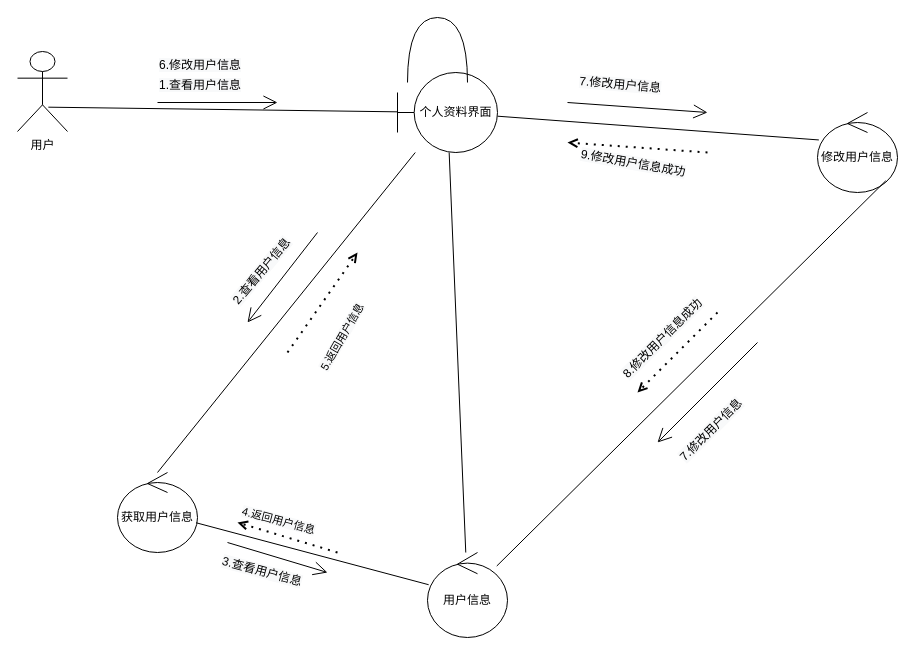
This is page "修改个人资料" (7 of 8) of 协作图.drawio from WuShangMo/SquidGame1, a draw.io file, before an edit. Source tidied: cells renumbered, new cells numbered last; positions are measured from the earlier drawing's top-left corner, leaving out a move shared by most shapes. Both pictures are drawn from the tidied source at 100%, with x=0, y=0 at pixel (17, 17).
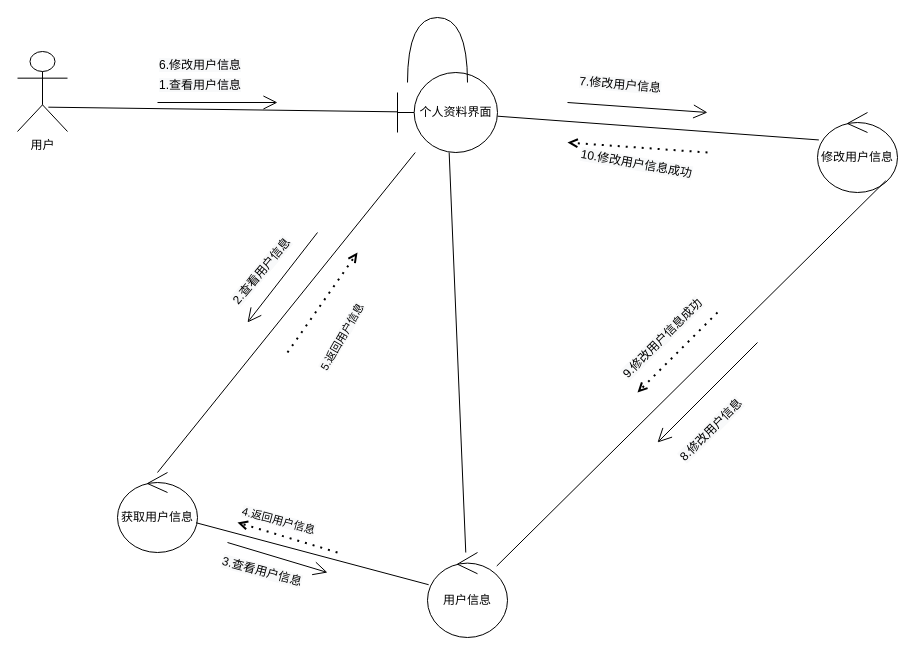
After the change.

What changed in the source:
```diff
@@
-    <mxCell id="30" value="&lt;span style=&quot;color: rgb(0, 0, 0); font-family: Helvetica; font-size: 12px; font-style: normal; font-variant-ligatures: normal; font-variant-caps: normal; font-weight: 400; letter-spacing: normal; orphans: 2; text-align: center; text-indent: 0px; text-transform: none; widows: 2; word-spacing: 0px; -webkit-text-stroke-width: 0px; background-color: rgb(248, 249, 250); text-decoration-thickness: initial; text-decoration-style: initial; text-decoration-color: initial; float: none; display: inline !important;&quot;&gt;9.修改用户信息成功&lt;/span&gt;" style="text;whiteSpace=wrap;html=1;rotation=10;" parent="1" vertex="1">
+    <mxCell id="30" value="&lt;span style=&quot;color: rgb(0, 0, 0); font-family: Helvetica; font-size: 12px; font-style: normal; font-variant-ligatures: normal; font-variant-caps: normal; font-weight: 400; letter-spacing: normal; orphans: 2; text-align: center; text-indent: 0px; text-transform: none; widows: 2; word-spacing: 0px; -webkit-text-stroke-width: 0px; background-color: rgb(248, 249, 250); text-decoration-thickness: initial; text-decoration-style: initial; text-decoration-color: initial; float: none; display: inline !important;&quot;&gt;10.修改用户信息成功&lt;/span&gt;" style="text;whiteSpace=wrap;html=1;rotation=10;" parent="1" vertex="1">
       <mxGeometry x="560" y="135" width="140" height="40" as="geometry" />
     </mxCell>
-    <mxCell id="31" value="&lt;span style=&quot;color: rgb(0, 0, 0); font-family: Helvetica; font-size: 12px; font-style: normal; font-variant-ligatures: normal; font-variant-caps: normal; font-weight: 400; letter-spacing: normal; orphans: 2; text-align: center; text-indent: 0px; text-transform: none; widows: 2; word-spacing: 0px; -webkit-text-stroke-width: 0px; background-color: rgb(248, 249, 250); text-decoration-thickness: initial; text-decoration-style: initial; text-decoration-color: initial; float: none; display: inline !important;&quot;&gt;7.修改用户信息&lt;/span&gt;" style="text;whiteSpace=wrap;html=1;rotation=-45;" parent="1" vertex="1">
+    <mxCell id="31" value="&lt;span style=&quot;color: rgb(0, 0, 0); font-family: Helvetica; font-size: 12px; font-style: normal; font-variant-ligatures: normal; font-variant-caps: normal; font-weight: 400; letter-spacing: normal; orphans: 2; text-align: center; text-indent: 0px; text-transform: none; widows: 2; word-spacing: 0px; -webkit-text-stroke-width: 0px; background-color: rgb(248, 249, 250); text-decoration-thickness: initial; text-decoration-style: initial; text-decoration-color: initial; float: none; display: inline !important;&quot;&gt;8.修改用户信息&lt;/span&gt;" style="text;whiteSpace=wrap;html=1;rotation=-45;" parent="1" vertex="1">
       <mxGeometry x="650" y="385" width="120" height="40" as="geometry" />
     </mxCell>
-    <mxCell id="32" value="&lt;span style=&quot;color: rgb(0, 0, 0); font-family: Helvetica; font-size: 12px; font-style: normal; font-variant-ligatures: normal; font-variant-caps: normal; font-weight: 400; letter-spacing: normal; orphans: 2; text-align: center; text-indent: 0px; text-transform: none; widows: 2; word-spacing: 0px; -webkit-text-stroke-width: 0px; background-color: rgb(248, 249, 250); text-decoration-thickness: initial; text-decoration-style: initial; text-decoration-color: initial; float: none; display: inline !important;&quot;&gt;8.修改用户信息成功&lt;/span&gt;" style="text;whiteSpace=wrap;html=1;rotation=-45;" parent="1" vertex="1">
+    <mxCell id="32" value="&lt;span style=&quot;color: rgb(0, 0, 0); font-family: Helvetica; font-size: 12px; font-style: normal; font-variant-ligatures: normal; font-variant-caps: normal; font-weight: 400; letter-spacing: normal; orphans: 2; text-align: center; text-indent: 0px; text-transform: none; widows: 2; word-spacing: 0px; -webkit-text-stroke-width: 0px; background-color: rgb(248, 249, 250); text-decoration-thickness: initial; text-decoration-style: initial; text-decoration-color: initial; float: none; display: inline !important;&quot;&gt;9.修改用户信息成功&lt;/span&gt;" style="text;whiteSpace=wrap;html=1;rotation=-45;" parent="1" vertex="1">
       <mxGeometry x="590" y="295" width="140" height="40" as="geometry" />
     </mxCell>
```
